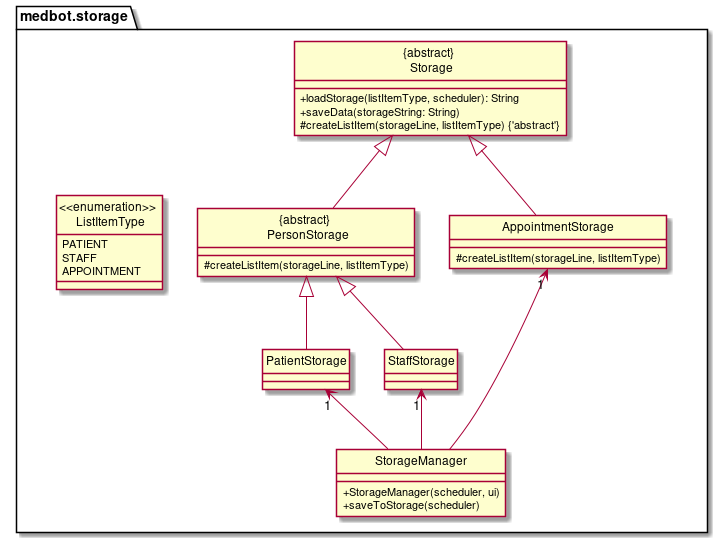
Earlier version of the PlantUML export docs/diagrams/StorageClassDiagram.png (nus-cs2113-AY2122S1/tp).
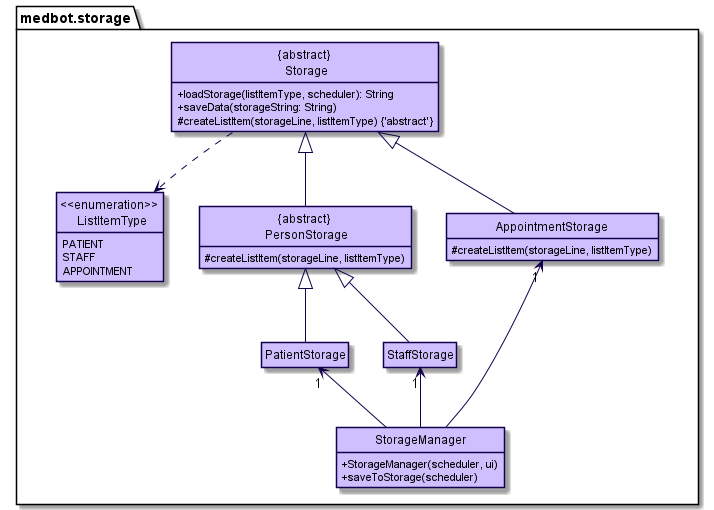
After the change.

Diff of the diagram source:
```diff
@@ -1,8 +1,16 @@
 @startuml
 hide circle
 skinparam classAttributeIconSize 0
+hide empty members
+
 
 package medbot.storage {
+
+skinparam class {
+    BackgroundColor #CFBFFF
+    BorderColor #13004C
+    ArrowColor #13004C
+}
 
 class StorageManager {
 + StorageManager(scheduler, ui)
@@ -33,6 +41,8 @@
 PatientStorage "1"<-- StorageManager
 StaffStorage "1"<-- StorageManager
 
+"{abstract} \n Storage" ..> "<<enumeration>> \n ListItemType"
+
 "{abstract} \n Storage" <|-- AppointmentStorage
 "{abstract} \n Storage" <|-- "{abstract} \n PersonStorage"
 "{abstract} \n PersonStorage" <|-- PatientStorage
```
